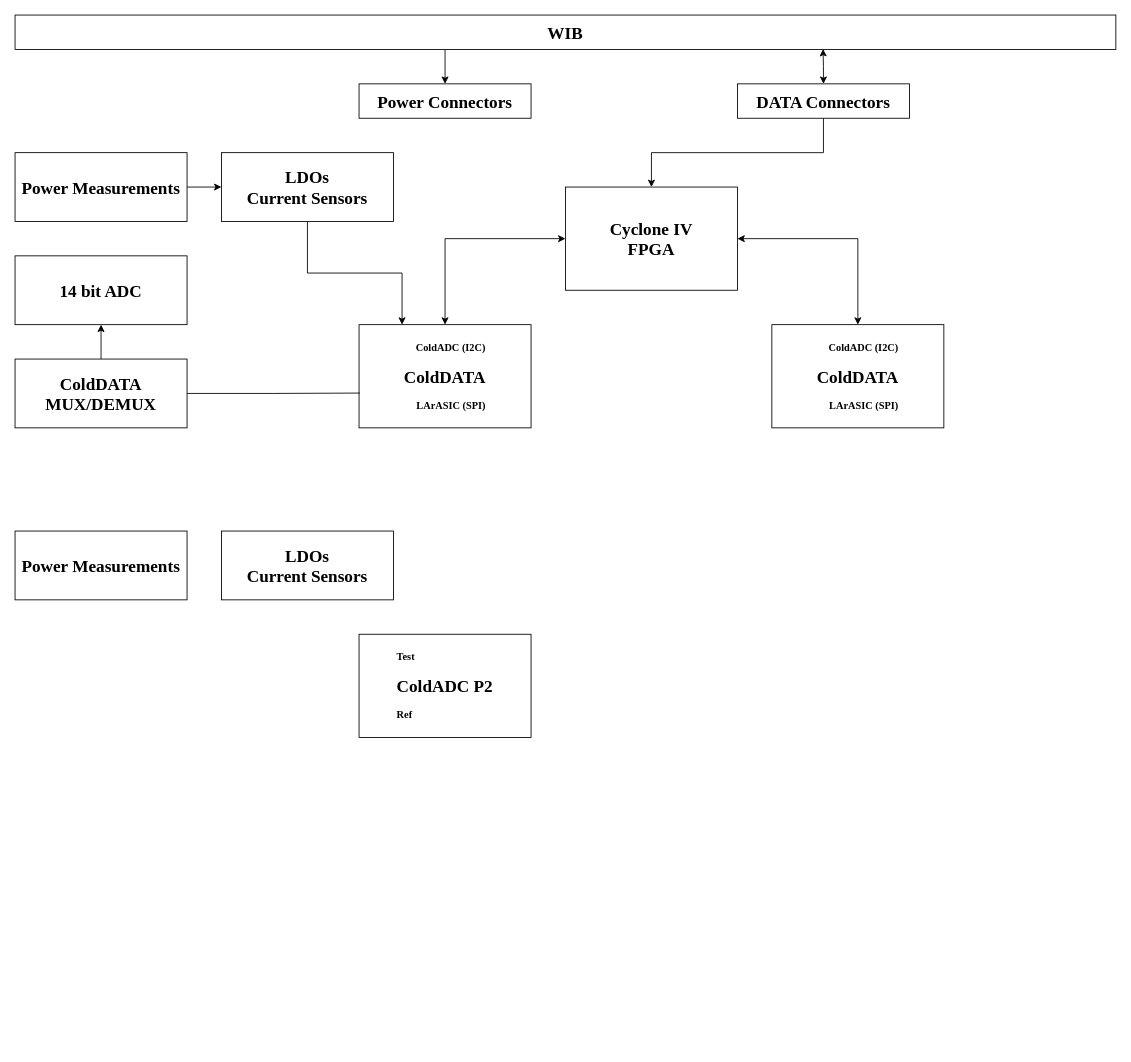
Above: DAT.drawio in lkebnl/Draw_IO (draw.io), before the change. Source tidied: cells renumbered, new cells numbered last; positions are measured from the earlier drawing's top-left corner, leaving out a move shared by most shapes. Both pictures are drawn from the tidied source at 86%, with x=0, y=0 at pixel (15, 15).
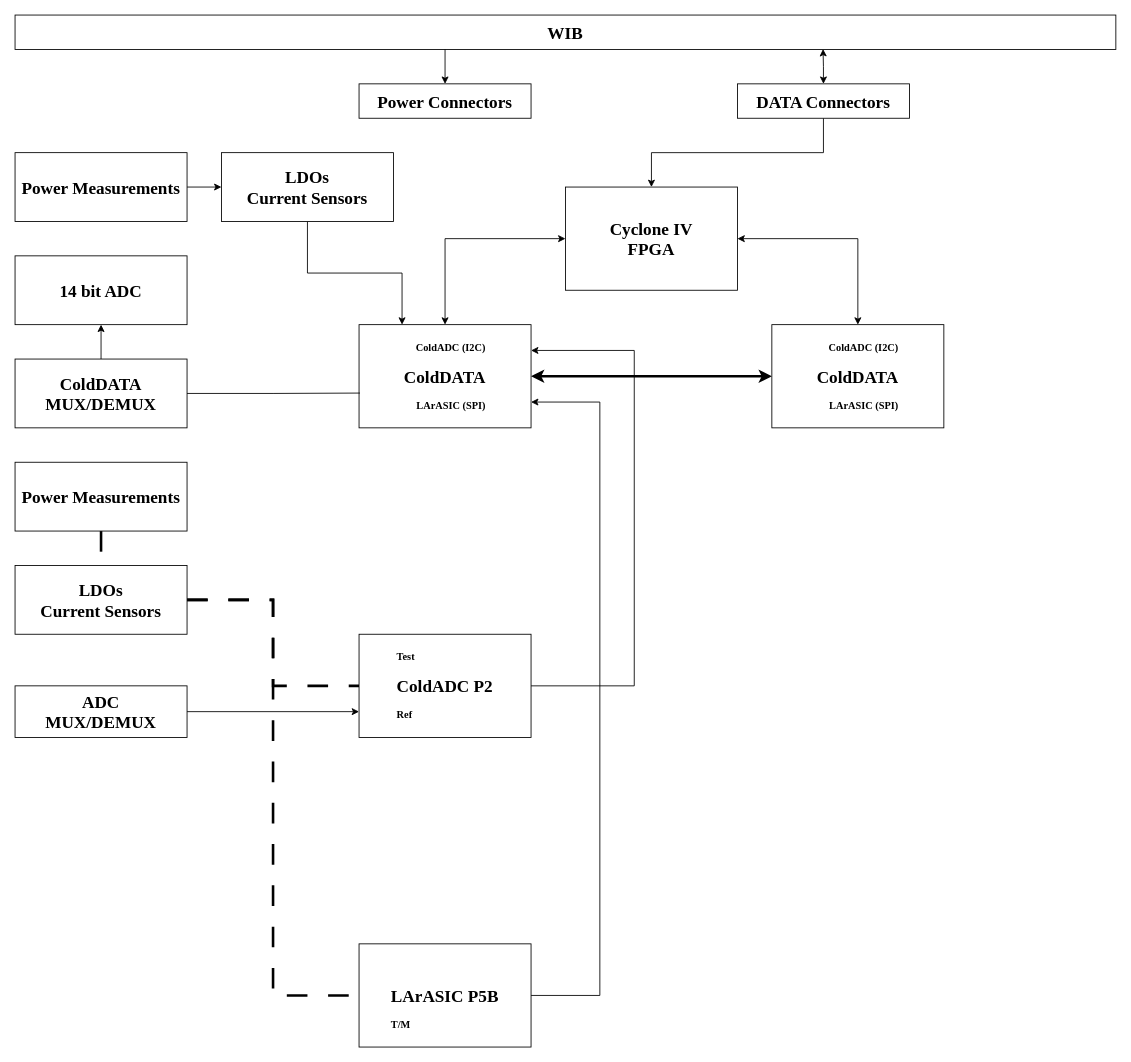
After the change.

Unchanged cells that the change refers to:
```xml
<mxCell id="14" value="&lt;div style=&quot;text-align: right;&quot;&gt;&lt;span style=&quot;background-color: transparent; color: light-dark(rgb(0, 0, 0), rgb(255, 255, 255));&quot;&gt;ColdADC (I2C)&lt;/span&gt;&lt;/div&gt;&lt;div&gt;&lt;br&gt;&lt;/div&gt;&lt;div&gt;&lt;font style=&quot;font-size: 20px;&quot;&gt;ColdDATA&lt;/font&gt;&lt;/div&gt;&lt;div&gt;&lt;br&gt;&lt;/div&gt;&lt;div style=&quot;text-align: right;&quot;&gt;LArASIC (SPI)&lt;/div&gt;" style="rounded=0;whiteSpace=wrap;html=1;fontSize=12;fontStyle=1;fontFamily=Times New Roman;" parent="1" vertex="1">
  <mxGeometry x="400" y="360" width="200" height="120" as="geometry" />
</mxCell>
<mxCell id="20" value="&lt;div style=&quot;text-align: right;&quot;&gt;&lt;span style=&quot;background-color: transparent; color: light-dark(rgb(0, 0, 0), rgb(255, 255, 255));&quot;&gt;ColdADC (I2C)&lt;/span&gt;&lt;/div&gt;&lt;div&gt;&lt;br&gt;&lt;/div&gt;&lt;div&gt;&lt;font style=&quot;font-size: 20px;&quot;&gt;ColdDATA&lt;/font&gt;&lt;/div&gt;&lt;div&gt;&lt;br&gt;&lt;/div&gt;&lt;div style=&quot;text-align: right;&quot;&gt;LArASIC (SPI)&lt;/div&gt;" style="rounded=0;whiteSpace=wrap;html=1;fontSize=12;fontStyle=1;fontFamily=Times New Roman;" parent="1" vertex="1">
  <mxGeometry x="880" y="360" width="200" height="120" as="geometry" />
</mxCell>
<mxCell id="23" value="&lt;div style=&quot;text-align: left;&quot;&gt;&lt;span style=&quot;background-color: transparent; color: light-dark(rgb(0, 0, 0), rgb(255, 255, 255));&quot;&gt;Test&lt;/span&gt;&lt;/div&gt;&lt;div&gt;&lt;br&gt;&lt;/div&gt;&lt;div&gt;&lt;font style=&quot;font-size: 20px;&quot;&gt;ColdADC P2&lt;/font&gt;&lt;/div&gt;&lt;div&gt;&lt;br&gt;&lt;/div&gt;&lt;div style=&quot;text-align: left;&quot;&gt;Ref&lt;/div&gt;" style="rounded=0;whiteSpace=wrap;html=1;fontSize=12;fontStyle=1;fontFamily=Times New Roman;" parent="1" vertex="1">
  <mxGeometry x="400" y="720" width="200" height="120" as="geometry" />
</mxCell>
```

The edit, as a diff of the source:
```diff
@@
+    <mxCell id="24" style="edgeStyle=orthogonalEdgeStyle;rounded=0;jettySize=auto;html=1;exitX=1;exitY=0.5;exitDx=0;exitDy=0;entryX=0;entryY=0.5;entryDx=0;entryDy=0;startArrow=classic;startFill=1;strokeWidth=3;" parent="1" edge="1" source="14" target="20">
+      <mxGeometry relative="1" as="geometry" />
+    </mxCell>
@@
+    <mxCell id="25" style="edgeStyle=orthogonalEdgeStyle;rounded=0;jettySize=auto;html=1;exitX=1;exitY=0.5;exitDx=0;exitDy=0;entryX=0;entryY=0.5;entryDx=0;entryDy=0;endArrow=none;endFill=0;dashed=1;dashPattern=8 8;strokeWidth=3;" parent="1" edge="1" source="21" target="23">
+      <mxGeometry relative="1" as="geometry" />
+    </mxCell>
+    <mxCell id="26" style="edgeStyle=orthogonalEdgeStyle;rounded=0;jettySize=auto;html=1;exitX=1;exitY=0.5;exitDx=0;exitDy=0;entryX=0;entryY=0.5;entryDx=0;entryDy=0;endArrow=none;endFill=0;dashed=1;dashPattern=8 8;strokeWidth=3;" parent="1" edge="1" source="21" target="30">
+      <mxGeometry relative="1" as="geometry" />
+    </mxCell>
     <mxCell id="21" value="LDOs&lt;div&gt;Current Sensors&lt;/div&gt;" style="rounded=0;whiteSpace=wrap;html=1;fontSize=20;fontStyle=1;fontFamily=Times New Roman;" parent="1" vertex="1">
-      <mxGeometry x="240" y="600" width="200" height="80" as="geometry" />
+      <mxGeometry y="640" width="200" height="80" as="geometry" />
     </mxCell>
+    <mxCell id="27" style="edgeStyle=orthogonalEdgeStyle;rounded=0;jettySize=auto;html=1;exitX=0.5;exitY=1;exitDx=0;exitDy=0;entryX=0.5;entryY=0;entryDx=0;entryDy=0;endArrow=none;endFill=0;dashed=1;dashPattern=8 8;strokeWidth=3;" parent="1" edge="1" source="22" target="21">
+      <mxGeometry relative="1" as="geometry" />
+    </mxCell>
     <mxCell id="22" value="Power Measurements" style="rounded=0;whiteSpace=wrap;html=1;fontSize=20;fontStyle=1;fontFamily=Times New Roman;" parent="1" vertex="1">
-      <mxGeometry y="600" width="200" height="80" as="geometry" />
+      <mxGeometry y="520" width="200" height="80" as="geometry" />
     </mxCell>
+    <mxCell id="28" style="edgeStyle=orthogonalEdgeStyle;rounded=0;jettySize=auto;html=1;exitX=1;exitY=0.5;exitDx=0;exitDy=0;entryX=1;entryY=0.25;entryDx=0;entryDy=0;" parent="1" edge="1" source="23" target="14">
+      <mxGeometry relative="1" as="geometry">
+        <Array as="points">
+          <mxPoint x="720" y="780" />
+          <mxPoint x="720" y="390" />
+        </Array>
+      </mxGeometry>
+    </mxCell>
@@
+    <mxCell id="29" style="edgeStyle=orthogonalEdgeStyle;rounded=0;jettySize=auto;html=1;exitX=1;exitY=0.5;exitDx=0;exitDy=0;entryX=1;entryY=0.75;entryDx=0;entryDy=0;" parent="1" edge="1" source="30" target="14">
+      <mxGeometry relative="1" as="geometry">
+        <Array as="points">
+          <mxPoint x="680" y="1140" />
+          <mxPoint x="680" y="450" />
+        </Array>
+      </mxGeometry>
+    </mxCell>
+    <mxCell id="30" value="&lt;div style=&quot;text-align: left;&quot;&gt;&lt;br&gt;&lt;/div&gt;&lt;div&gt;&lt;br&gt;&lt;/div&gt;&lt;div&gt;&lt;font style=&quot;font-size: 20px;&quot;&gt;LArASIC P5B&lt;/font&gt;&lt;/div&gt;&lt;div&gt;&lt;br&gt;&lt;/div&gt;&lt;div style=&quot;text-align: left;&quot;&gt;T/M&lt;/div&gt;" style="rounded=0;whiteSpace=wrap;html=1;fontSize=12;fontStyle=1;fontFamily=Times New Roman;" parent="1" vertex="1">
+      <mxGeometry x="400" y="1080" width="200" height="120" as="geometry" />
+    </mxCell>
+    <mxCell id="31" style="edgeStyle=orthogonalEdgeStyle;rounded=0;jettySize=auto;html=1;exitX=1;exitY=0.5;exitDx=0;exitDy=0;entryX=0;entryY=0.75;entryDx=0;entryDy=0;" parent="1" edge="1" source="32" target="23">
+      <mxGeometry relative="1" as="geometry" />
+    </mxCell>
+    <mxCell id="32" value="ADC&lt;div&gt;MUX/DEMUX&lt;/div&gt;" style="rounded=0;whiteSpace=wrap;html=1;fontSize=20;fontStyle=1;fontFamily=Times New Roman;" parent="1" vertex="1">
+      <mxGeometry y="780" width="200" height="60" as="geometry" />
+    </mxCell>
```
